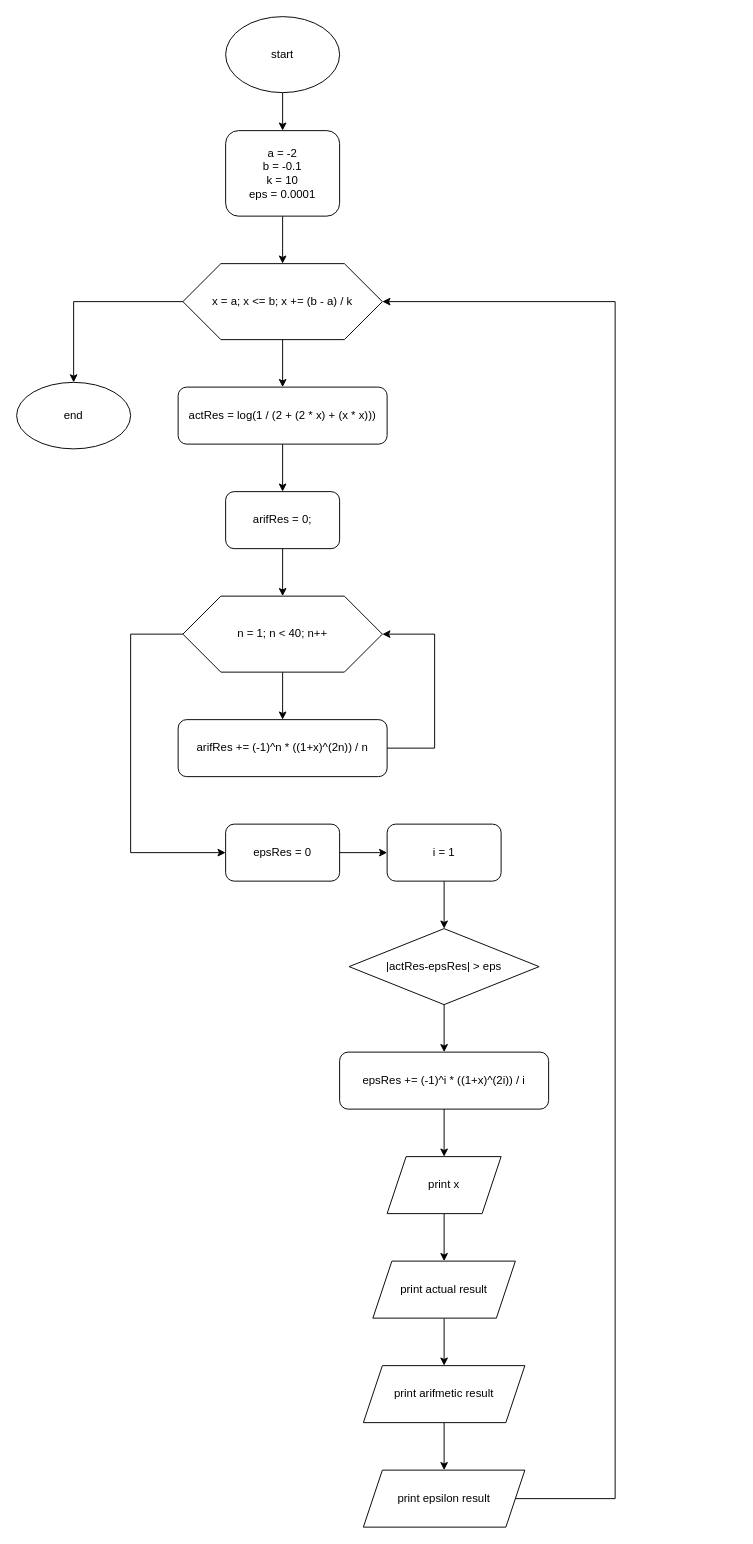
Earlier version of the draw.io diagram ai_13/makar_kuznietsov/epic_3/code/vns_lab_3_task_1_variant_24_makar_kuznietsov.drawio (artificial-intelligence-department/ai_programming_playground_2024). Source tidied: cells renumbered, new cells numbered last; positions are measured from the earlier drawing's top-left corner, leaving out a move shared by most shapes. Both pictures are drawn from the tidied source at 95%, with x=0, y=0 at pixel (16, 16).
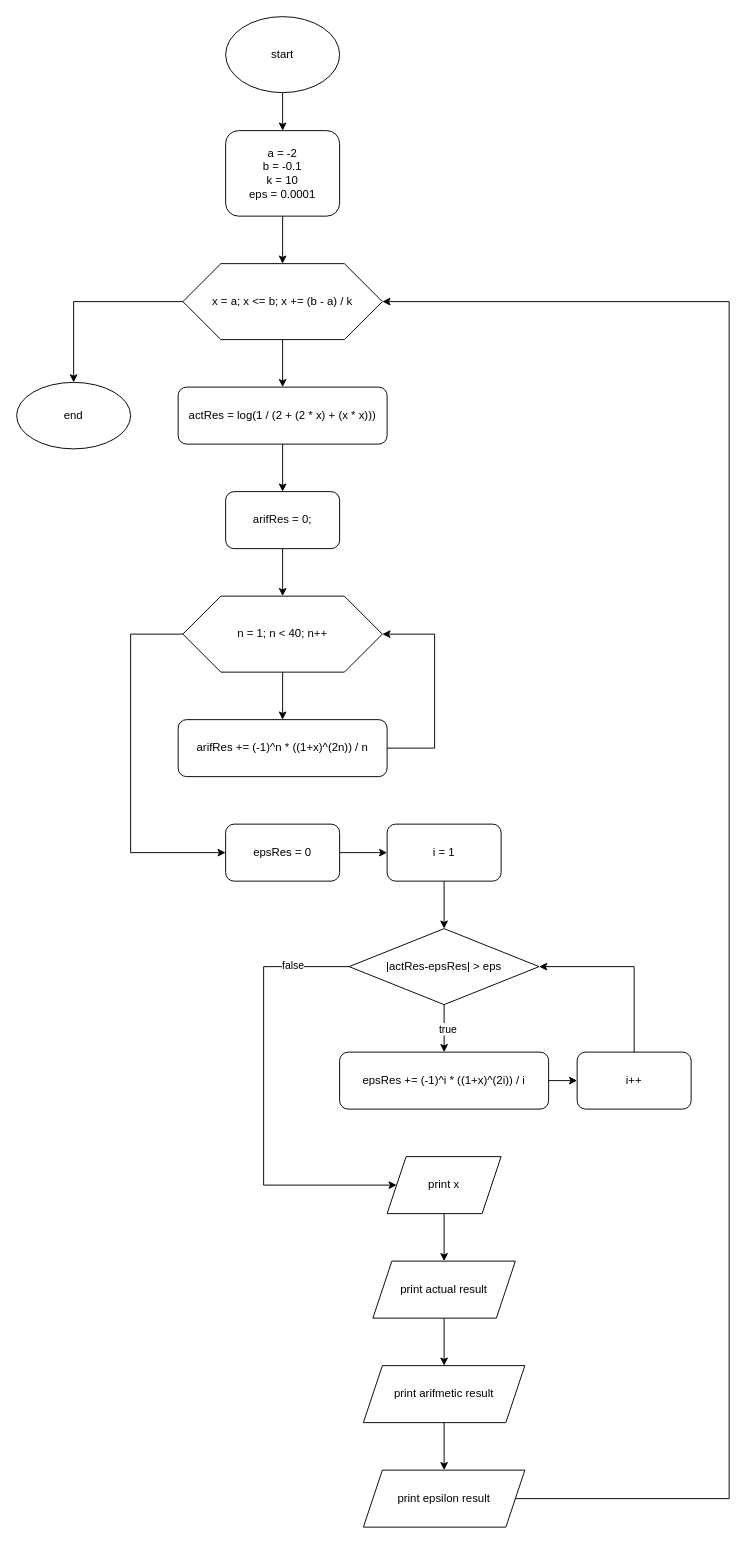
The same diagram, later.

The change refers to these unchanged cells:
```xml
<mxCell id="8" value="x = a; x &amp;lt;= b; x += (b - a) / k" style="shape=hexagon;perimeter=hexagonPerimeter2;whiteSpace=wrap;html=1;fixedSize=1;size=40;" parent="1" vertex="1">
  <mxGeometry x="175" y="260" width="210" height="80" as="geometry" />
</mxCell>
<mxCell id="22" style="edgeStyle=orthogonalEdgeStyle;rounded=0;jettySize=auto;html=1;entryX=0.5;entryY=0;entryDx=0;entryDy=0;" parent="1" edge="1" source="23" target="25">
  <mxGeometry relative="1" as="geometry" />
</mxCell>
<mxCell id="23" value="|actRes-epsRes| &amp;gt; eps" style="rhombus;whiteSpace=wrap;html=1;" parent="1" vertex="1">
  <mxGeometry x="350" y="960" width="200" height="80" as="geometry" />
</mxCell>
<mxCell id="25" value="epsRes += (-1)^i * ((1+x)^(2i)) / i" style="rounded=1;whiteSpace=wrap;html=1;" parent="1" vertex="1">
  <mxGeometry x="340" y="1090" width="220" height="60" as="geometry" />
</mxCell>
<mxCell id="27" value="print x" style="shape=parallelogram;perimeter=parallelogramPerimeter;whiteSpace=wrap;html=1;fixedSize=1;" parent="1" vertex="1">
  <mxGeometry x="390" y="1200" width="120" height="60" as="geometry" />
</mxCell>
<mxCell id="33" value="print epsilon result" style="shape=parallelogram;perimeter=parallelogramPerimeter;whiteSpace=wrap;html=1;fixedSize=1;" parent="1" vertex="1">
  <mxGeometry x="365" y="1530" width="170" height="60" as="geometry" />
</mxCell>
```

Change to the diagram source:
```diff
@@
+    <mxCell id="35" value="true" style="edgeLabel;html=1;align=center;verticalAlign=middle;" parent="22" vertex="1">
+      <mxGeometry y="3" relative="1" as="geometry" />
+    </mxCell>
+    <mxCell id="36" style="edgeStyle=orthogonalEdgeStyle;rounded=0;jettySize=auto;html=1;entryX=0;entryY=0.5;entryDx=0;entryDy=0;" parent="1" edge="1" source="23" target="27">
+      <mxGeometry relative="1" as="geometry">
+        <Array as="points">
+          <mxPoint x="260" y="1000" />
+          <mxPoint x="260" y="1230" />
+        </Array>
+      </mxGeometry>
+    </mxCell>
+    <mxCell id="37" value="false" style="edgeLabel;html=1;align=center;verticalAlign=middle;" parent="36" vertex="1">
+      <mxGeometry x="-0.74" y="-2" relative="1" as="geometry" />
+    </mxCell>
@@
-    <mxCell id="24" style="edgeStyle=orthogonalEdgeStyle;rounded=0;jettySize=auto;html=1;entryX=0.5;entryY=0;entryDx=0;entryDy=0;" parent="1" edge="1" source="25" target="27">
-      <mxGeometry relative="1" as="geometry" />
-    </mxCell>
+    <mxCell id="38" style="edgeStyle=orthogonalEdgeStyle;rounded=0;jettySize=auto;html=1;exitX=1;exitY=0.5;exitDx=0;exitDy=0;entryX=0;entryY=0.5;entryDx=0;entryDy=0;" parent="1" edge="1" source="25" target="40">
+      <mxGeometry relative="1" as="geometry" />
+    </mxCell>
@@
     <mxCell id="32" style="edgeStyle=orthogonalEdgeStyle;rounded=0;jettySize=auto;html=1;exitX=1;exitY=0.5;exitDx=0;exitDy=0;entryX=1;entryY=0.5;entryDx=0;entryDy=0;" parent="1" edge="1" source="33" target="8">
       <mxGeometry relative="1" as="geometry">
         <Array as="points">
-          <mxPoint x="630" y="1560" />
-          <mxPoint x="630" y="300" />
+          <mxPoint x="750" y="1560" />
+          <mxPoint x="750" y="300" />
         </Array>
       </mxGeometry>
     </mxCell>
@@
+    <mxCell id="39" style="edgeStyle=orthogonalEdgeStyle;rounded=0;jettySize=auto;html=1;entryX=1;entryY=0.5;entryDx=0;entryDy=0;" parent="1" edge="1" source="40" target="23">
+      <mxGeometry relative="1" as="geometry">
+        <Array as="points">
+          <mxPoint x="650" y="1000" />
+        </Array>
+      </mxGeometry>
+    </mxCell>
+    <mxCell id="40" value="i++" style="rounded=1;whiteSpace=wrap;html=1;" parent="1" vertex="1">
+      <mxGeometry x="590" y="1090" width="120" height="60" as="geometry" />
+    </mxCell>
```
